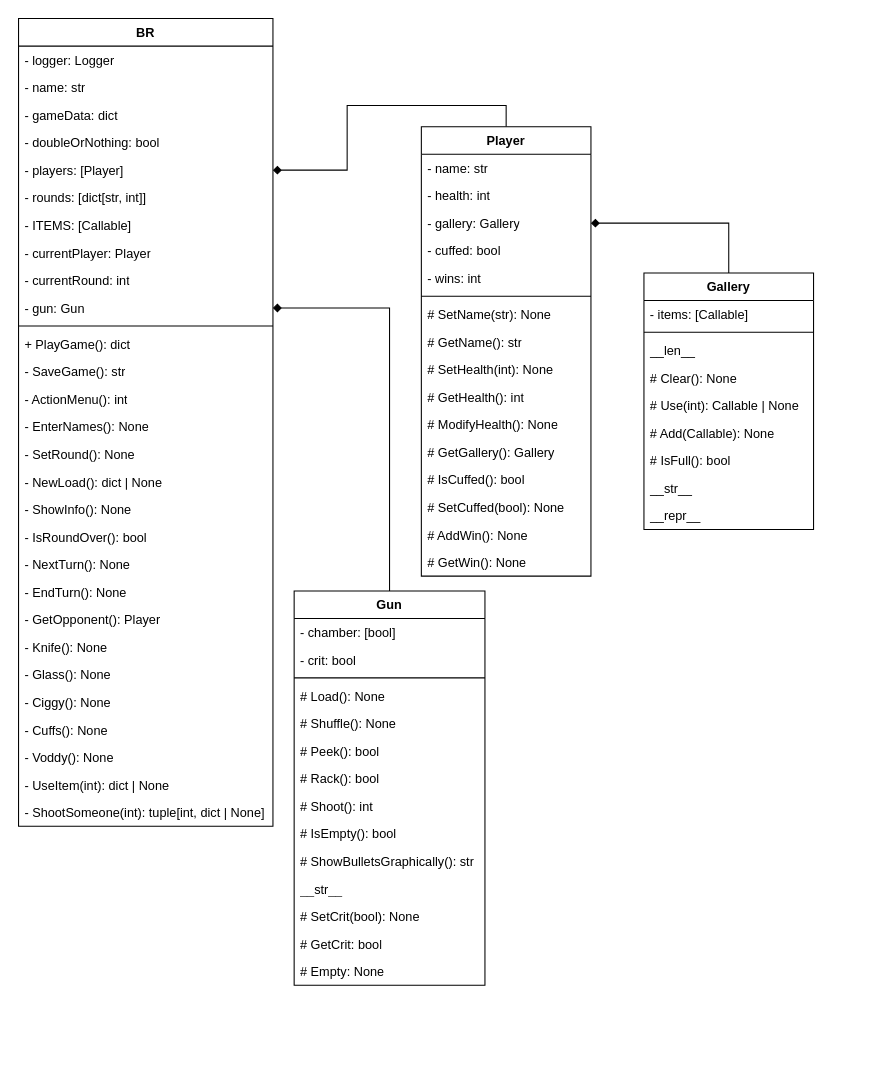
Before: BR_OOPDiagram.drawio in StreetTT/BackshotRoulette, a draw.io diagram. Source tidied: cells renumbered, new cells numbered last; positions are measured from the earlier drawing's top-left corner, leaving out a move shared by most shapes. Both pictures are drawn from the tidied source at 106%, with x=0, y=0 at pixel (18, 18).
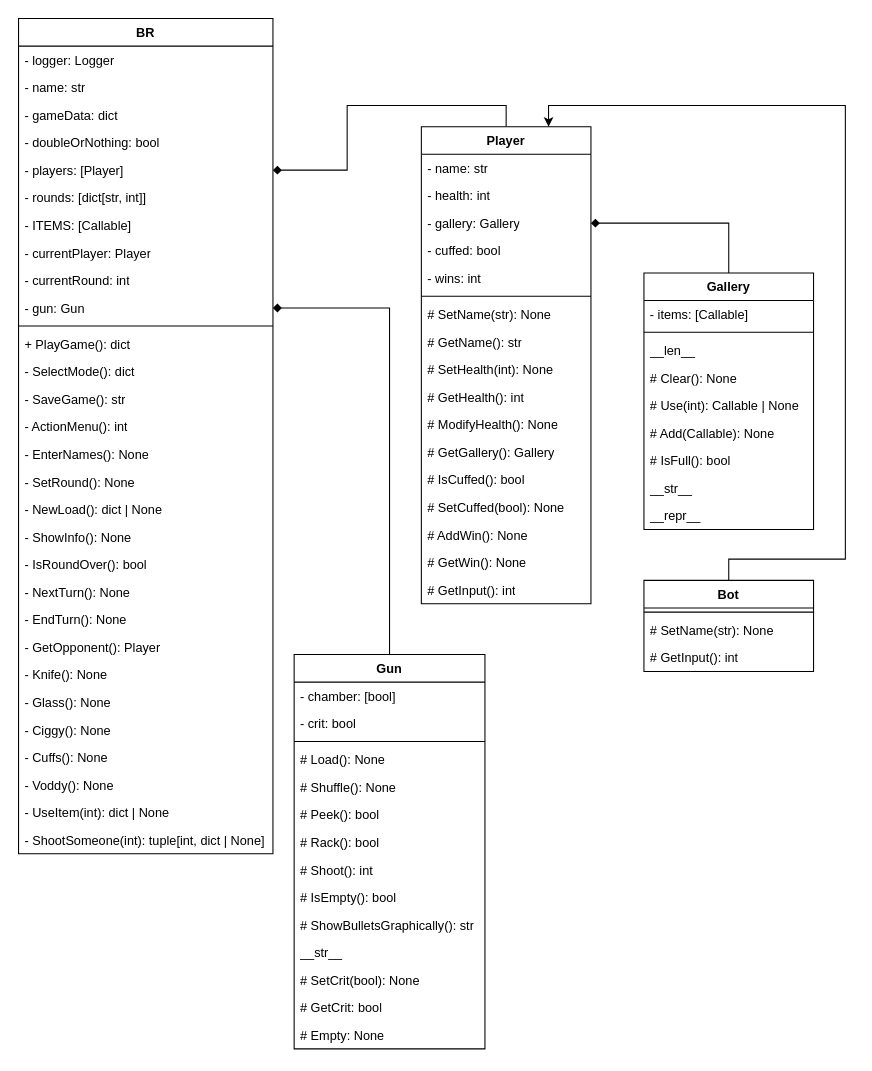
The same page after the edit.

What changed in the source:
```diff
@@
     <mxCell id="2" value="BR" style="swimlane;fontStyle=1;align=center;verticalAlign=top;horizontal=1;startSize=26;whiteSpace=wrap;html=1;" parent="1" vertex="1">
-      <mxGeometry width="240" height="762" as="geometry" />
+      <mxGeometry width="240" height="788" as="geometry" />
     </mxCell>
@@
+    <mxCell id="77" value="- SelectMode(): dict" style="text;strokeColor=none;fillColor=none;align=left;verticalAlign=top;spacingLeft=4;spacingRight=4;overflow=hidden;whiteSpace=wrap;html=1;" parent="2" vertex="1">
+      <mxGeometry y="320" width="240" height="26" as="geometry" />
+    </mxCell>
     <mxCell id="15" value="- SaveGame(): str" style="text;strokeColor=none;fillColor=none;align=left;verticalAlign=top;spacingLeft=4;spacingRight=4;overflow=hidden;whiteSpace=wrap;html=1;" parent="2" vertex="1">
-      <mxGeometry y="320" width="240" height="26" as="geometry" />
+      <mxGeometry y="346" width="240" height="26" as="geometry" />
     </mxCell>
     <mxCell id="16" value="- ActionMenu(): int" style="text;strokeColor=none;fillColor=none;align=left;verticalAlign=top;spacingLeft=4;spacingRight=4;overflow=hidden;whiteSpace=wrap;html=1;" parent="2" vertex="1">
-      <mxGeometry y="346" width="240" height="26" as="geometry" />
+      <mxGeometry y="372" width="240" height="26" as="geometry" />
     </mxCell>
     <mxCell id="17" value="- EnterNames(): None" style="text;strokeColor=none;fillColor=none;align=left;verticalAlign=top;spacingLeft=4;spacingRight=4;overflow=hidden;whiteSpace=wrap;html=1;" parent="2" vertex="1">
-      <mxGeometry y="372" width="240" height="26" as="geometry" />
+      <mxGeometry y="398" width="240" height="26" as="geometry" />
     </mxCell>
     <mxCell id="18" value="- SetRound(): None" style="text;strokeColor=none;fillColor=none;align=left;verticalAlign=top;spacingLeft=4;spacingRight=4;overflow=hidden;whiteSpace=wrap;html=1;" parent="2" vertex="1">
-      <mxGeometry y="398" width="240" height="26" as="geometry" />
+      <mxGeometry y="424" width="240" height="26" as="geometry" />
     </mxCell>
     <mxCell id="19" value="- NewLoad(): dict | None" style="text;strokeColor=none;fillColor=none;align=left;verticalAlign=top;spacingLeft=4;spacingRight=4;overflow=hidden;whiteSpace=wrap;html=1;" parent="2" vertex="1">
-      <mxGeometry y="424" width="240" height="26" as="geometry" />
+      <mxGeometry y="450" width="240" height="26" as="geometry" />
     </mxCell>
     <mxCell id="20" value="- ShowInfo(): None" style="text;strokeColor=none;fillColor=none;align=left;verticalAlign=top;spacingLeft=4;spacingRight=4;overflow=hidden;whiteSpace=wrap;html=1;" parent="2" vertex="1">
-      <mxGeometry y="450" width="240" height="26" as="geometry" />
+      <mxGeometry y="476" width="240" height="26" as="geometry" />
     </mxCell>
     <mxCell id="21" value="- IsRoundOver(): bool" style="text;strokeColor=none;fillColor=none;align=left;verticalAlign=top;spacingLeft=4;spacingRight=4;overflow=hidden;whiteSpace=wrap;html=1;" parent="2" vertex="1">
-      <mxGeometry y="476" width="240" height="26" as="geometry" />
+      <mxGeometry y="502" width="240" height="26" as="geometry" />
     </mxCell>
     <mxCell id="22" value="- NextTurn(): None" style="text;strokeColor=none;fillColor=none;align=left;verticalAlign=top;spacingLeft=4;spacingRight=4;overflow=hidden;whiteSpace=wrap;html=1;" parent="2" vertex="1">
-      <mxGeometry y="502" width="240" height="26" as="geometry" />
+      <mxGeometry y="528" width="240" height="26" as="geometry" />
     </mxCell>
     <mxCell id="23" value="- EndTurn(): None" style="text;strokeColor=none;fillColor=none;align=left;verticalAlign=top;spacingLeft=4;spacingRight=4;overflow=hidden;whiteSpace=wrap;html=1;" parent="2" vertex="1">
-      <mxGeometry y="528" width="240" height="26" as="geometry" />
+      <mxGeometry y="554" width="240" height="26" as="geometry" />
     </mxCell>
     <mxCell id="24" value="- GetOpponent(): Player" style="text;strokeColor=none;fillColor=none;align=left;verticalAlign=top;spacingLeft=4;spacingRight=4;overflow=hidden;whiteSpace=wrap;html=1;" parent="2" vertex="1">
-      <mxGeometry y="554" width="240" height="26" as="geometry" />
+      <mxGeometry y="580" width="240" height="26" as="geometry" />
     </mxCell>
     <mxCell id="25" value="- Knife(): None" style="text;strokeColor=none;fillColor=none;align=left;verticalAlign=top;spacingLeft=4;spacingRight=4;overflow=hidden;whiteSpace=wrap;html=1;" parent="2" vertex="1">
-      <mxGeometry y="580" width="240" height="26" as="geometry" />
+      <mxGeometry y="606" width="240" height="26" as="geometry" />
     </mxCell>
     <mxCell id="26" value="- Glass(): None" style="text;strokeColor=none;fillColor=none;align=left;verticalAlign=top;spacingLeft=4;spacingRight=4;overflow=hidden;whiteSpace=wrap;html=1;" parent="2" vertex="1">
-      <mxGeometry y="606" width="240" height="26" as="geometry" />
+      <mxGeometry y="632" width="240" height="26" as="geometry" />
     </mxCell>
     <mxCell id="27" value="- Ciggy(): None" style="text;strokeColor=none;fillColor=none;align=left;verticalAlign=top;spacingLeft=4;spacingRight=4;overflow=hidden;whiteSpace=wrap;html=1;" parent="2" vertex="1">
-      <mxGeometry y="632" width="240" height="26" as="geometry" />
+      <mxGeometry y="658" width="240" height="26" as="geometry" />
     </mxCell>
     <mxCell id="28" value="- Cuffs(): None" style="text;strokeColor=none;fillColor=none;align=left;verticalAlign=top;spacingLeft=4;spacingRight=4;overflow=hidden;whiteSpace=wrap;html=1;" parent="2" vertex="1">
-      <mxGeometry y="658" width="240" height="26" as="geometry" />
+      <mxGeometry y="684" width="240" height="26" as="geometry" />
     </mxCell>
     <mxCell id="29" value="- Voddy(): None" style="text;strokeColor=none;fillColor=none;align=left;verticalAlign=top;spacingLeft=4;spacingRight=4;overflow=hidden;whiteSpace=wrap;html=1;" parent="2" vertex="1">
-      <mxGeometry y="684" width="240" height="26" as="geometry" />
+      <mxGeometry y="710" width="240" height="26" as="geometry" />
     </mxCell>
     <mxCell id="30" value="- UseItem(int): dict | None" style="text;strokeColor=none;fillColor=none;align=left;verticalAlign=top;spacingLeft=4;spacingRight=4;overflow=hidden;whiteSpace=wrap;html=1;" parent="2" vertex="1">
-      <mxGeometry y="710" width="240" height="26" as="geometry" />
+      <mxGeometry y="736" width="240" height="26" as="geometry" />
     </mxCell>
     <mxCell id="31" value="- ShootSomeone(int): tuple[int, dict | None]" style="text;strokeColor=none;fillColor=none;align=left;verticalAlign=top;spacingLeft=4;spacingRight=4;overflow=hidden;whiteSpace=wrap;html=1;" parent="2" vertex="1">
-      <mxGeometry y="736" width="240" height="26" as="geometry" />
+      <mxGeometry y="762" width="240" height="26" as="geometry" />
     </mxCell>
@@
     <mxCell id="33" value="Player" style="swimlane;fontStyle=1;align=center;verticalAlign=top;horizontal=1;startSize=26;whiteSpace=wrap;html=1;" parent="1" vertex="1">
-      <mxGeometry x="380" y="102" width="160" height="424" as="geometry" />
+      <mxGeometry x="380" y="102" width="160" height="450" as="geometry" />
     </mxCell>
@@
+    <mxCell id="78" value="# GetWin(): None" style="text;strokeColor=none;fillColor=none;align=left;verticalAlign=top;spacingLeft=4;spacingRight=4;overflow=hidden;whiteSpace=wrap;html=1;" parent="33" vertex="1">
+      <mxGeometry y="398" width="160" height="26" as="geometry" />
+    </mxCell>
-    <mxCell id="49" value="# GetWin(): None" style="text;strokeColor=none;fillColor=none;align=left;verticalAlign=top;spacingLeft=4;spacingRight=4;overflow=hidden;whiteSpace=wrap;html=1;" parent="33" vertex="1">
-      <mxGeometry y="398" width="160" height="26" as="geometry" />
+    <mxCell id="49" value="# GetInput(): int" style="text;strokeColor=none;fillColor=none;align=left;verticalAlign=top;spacingLeft=4;spacingRight=4;overflow=hidden;whiteSpace=wrap;html=1;" parent="33" vertex="1">
+      <mxGeometry y="424" width="160" height="26" as="geometry" />
     </mxCell>
@@
     <mxCell id="51" value="Gun" style="swimlane;fontStyle=1;align=center;verticalAlign=top;horizontal=1;startSize=26;whiteSpace=wrap;html=1;" parent="1" vertex="1">
-      <mxGeometry x="260" y="540" width="180" height="372" as="geometry" />
+      <mxGeometry x="260" y="600" width="180" height="372" as="geometry" />
     </mxCell>
@@
+    <mxCell id="79" style="edgeStyle=orthogonalEdgeStyle;rounded=0;jettySize=auto;html=1;exitX=0.5;exitY=0;exitDx=0;exitDy=0;entryX=0.75;entryY=0;entryDx=0;entryDy=0;" parent="1" edge="1" source="80" target="33">
+      <mxGeometry relative="1" as="geometry">
+        <Array as="points">
+          <mxPoint x="780" y="510" />
+          <mxPoint x="780" y="82" />
+          <mxPoint x="500" y="82" />
+        </Array>
+      </mxGeometry>
+    </mxCell>
+    <mxCell id="80" value="Bot" style="swimlane;fontStyle=1;align=center;verticalAlign=top;horizontal=1;startSize=26;whiteSpace=wrap;html=1;" parent="1" vertex="1">
+      <mxGeometry x="590" y="530" width="160" height="86" as="geometry" />
+    </mxCell>
+    <mxCell id="81" style="line;strokeWidth=1;fillColor=none;align=left;verticalAlign=middle;spacingTop=-1;spacingLeft=3;spacingRight=3;labelPosition=right;strokeColor=inherit;" parent="80" vertex="1">
+      <mxGeometry y="26" width="160" height="8" as="geometry" />
+    </mxCell>
+    <mxCell id="82" value="# SetName(str): None" style="text;strokeColor=none;fillColor=none;align=left;verticalAlign=top;spacingLeft=4;spacingRight=4;overflow=hidden;whiteSpace=wrap;html=1;" parent="80" vertex="1">
+      <mxGeometry y="34" width="160" height="26" as="geometry" />
+    </mxCell>
+    <mxCell id="83" value="# GetInput(): int" style="text;strokeColor=none;fillColor=none;align=left;verticalAlign=top;spacingLeft=4;spacingRight=4;overflow=hidden;whiteSpace=wrap;html=1;" parent="80" vertex="1">
+      <mxGeometry y="60" width="160" height="26" as="geometry" />
+    </mxCell>
```
